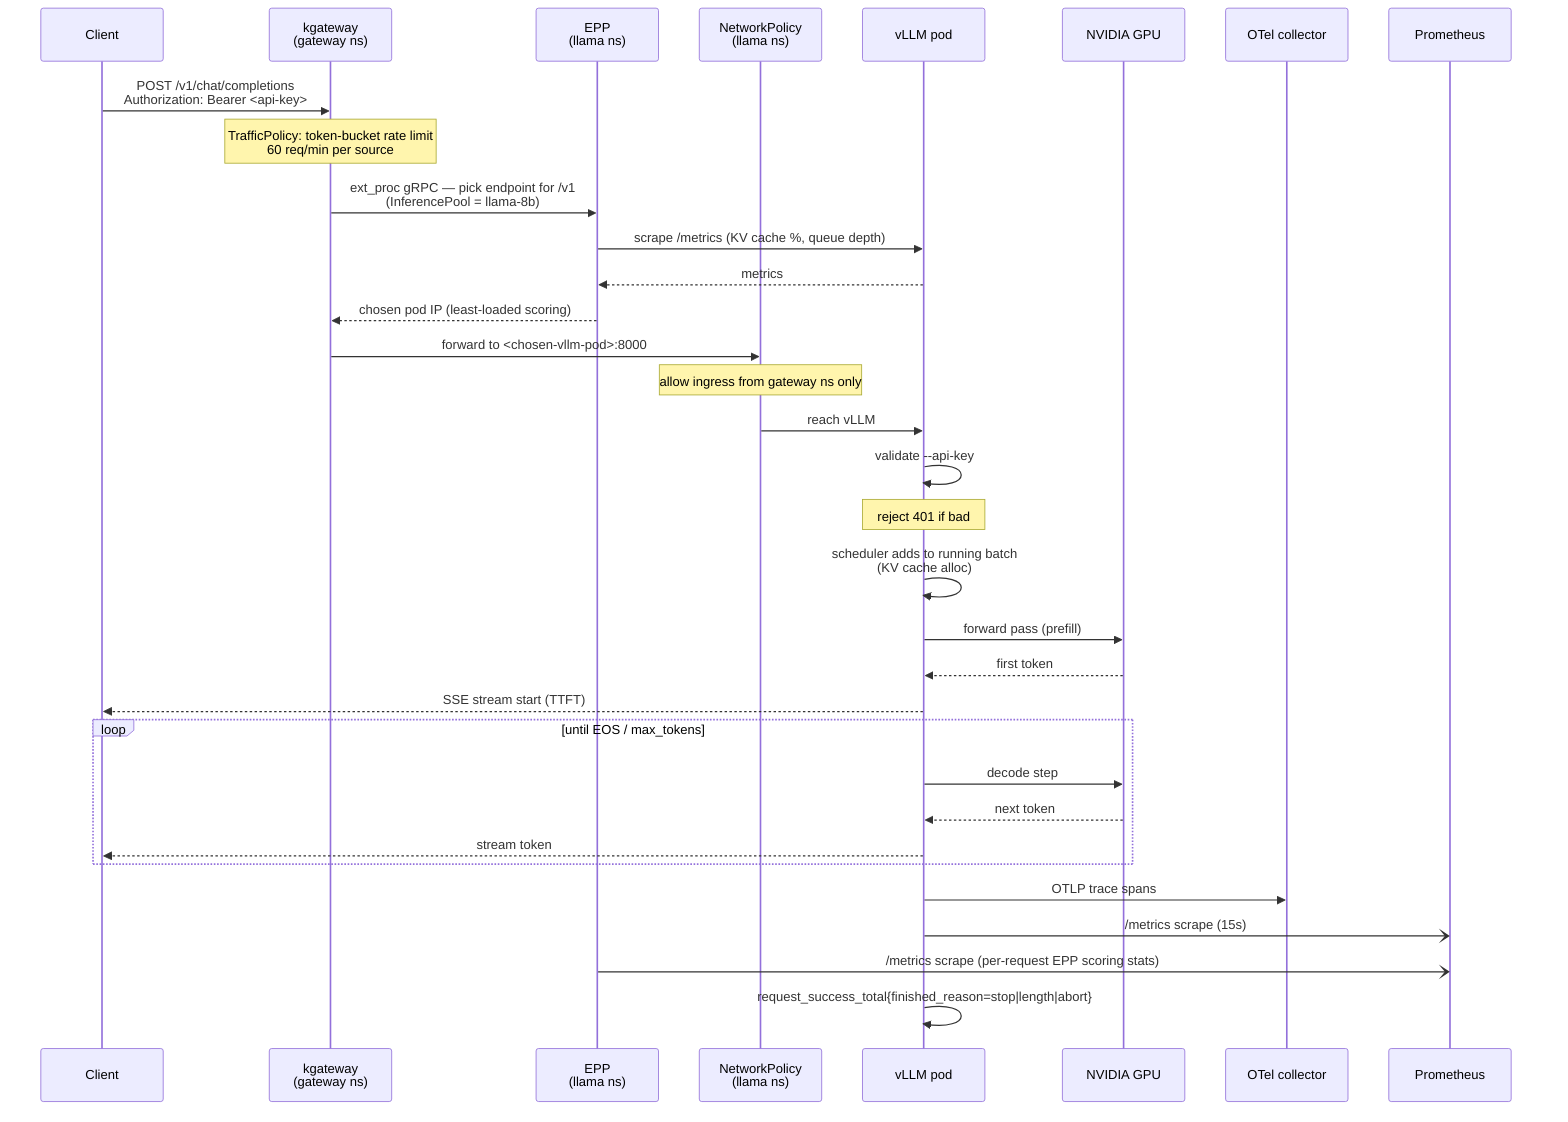
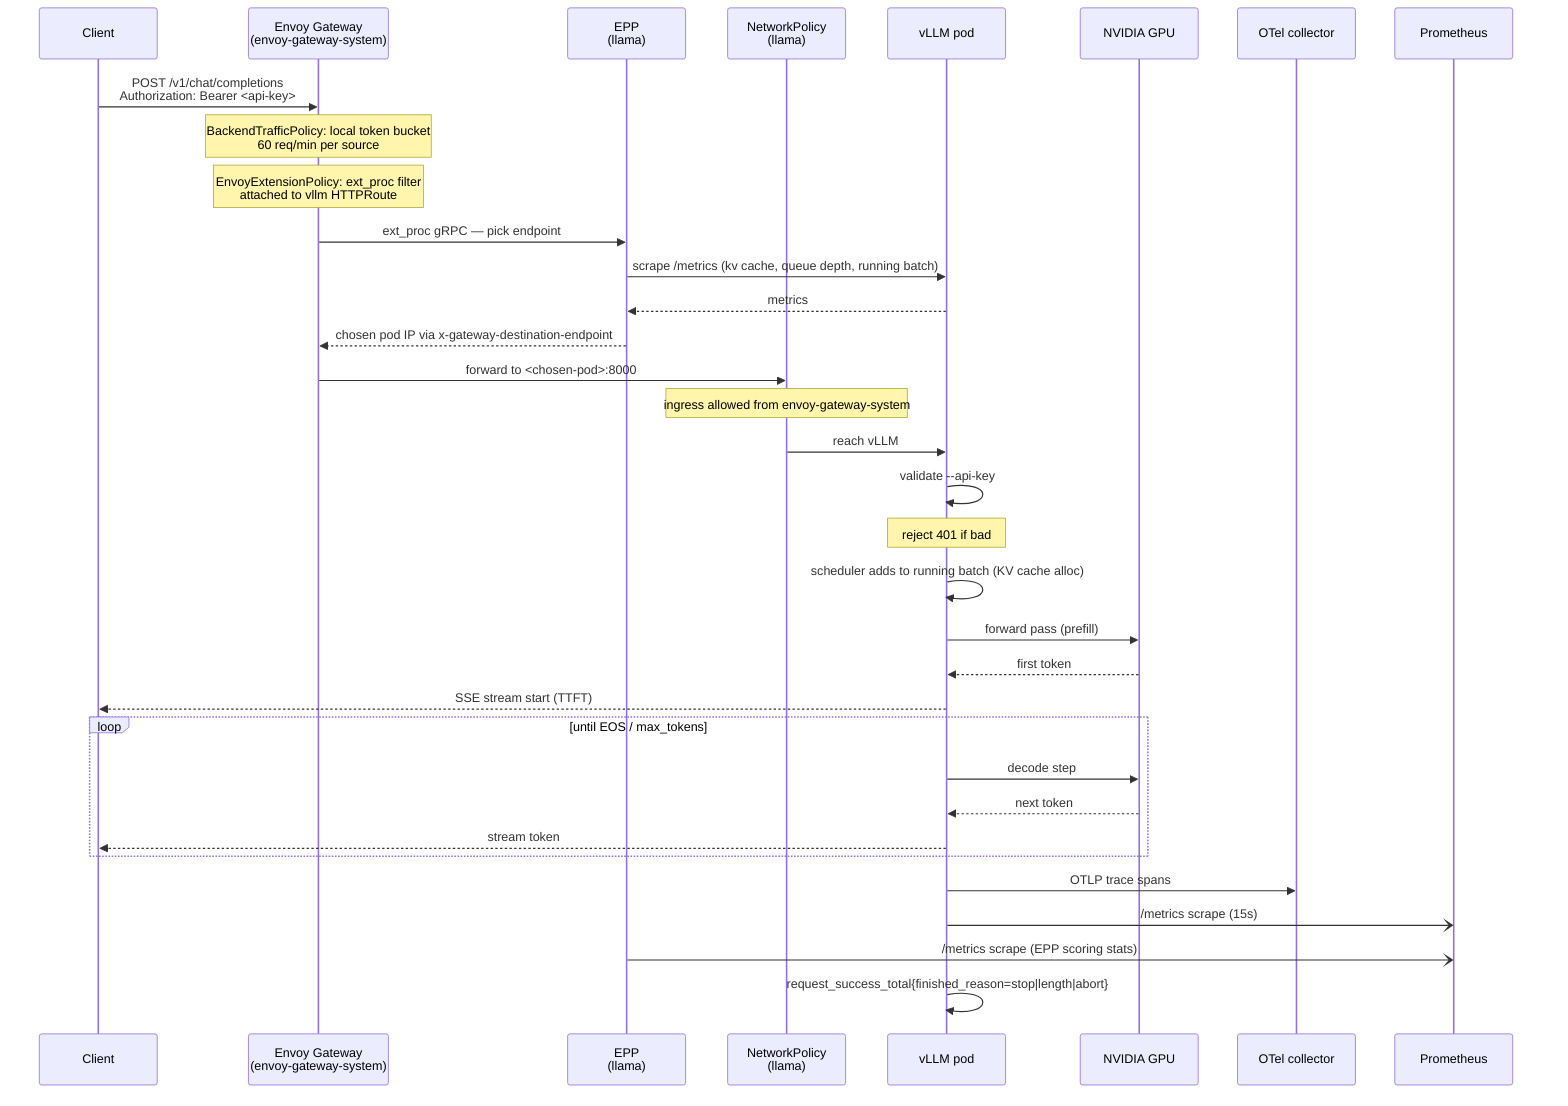
sequenceDiagram
  participant C as Client
-   participant G as kgateway<br/>(gateway ns)
-   participant E as EPP<br/>(llama ns)
-   participant NP as NetworkPolicy<br/>(llama ns)
+   participant G as Envoy Gateway<br/>(envoy-gateway-system)
+   participant E as EPP<br/>(llama)
+   participant NP as NetworkPolicy<br/>(llama)
  participant V as vLLM pod
  participant GPU as NVIDIA GPU
  participant OT as OTel collector
  participant P as Prometheus

  C->>G: POST /v1/chat/completions<br/>Authorization: Bearer <api-key>
-   Note over G: TrafficPolicy: token-bucket rate limit<br/>60 req/min per source
-   G->>E: ext_proc gRPC — pick endpoint for /v1<br/>(InferencePool = llama-8b)
-   E->>V: scrape /metrics (KV cache %, queue depth)
+   Note over G: BackendTrafficPolicy: local token bucket<br/>60 req/min per source
+   Note over G: EnvoyExtensionPolicy: ext_proc filter<br/>attached to vllm HTTPRoute
+   G->>E: ext_proc gRPC — pick endpoint
+   E->>V: scrape /metrics (kv cache, queue depth, running batch)
  V-->>E: metrics
-   E-->>G: chosen pod IP (least-loaded scoring)
-   G->>NP: forward to <chosen-vllm-pod>:8000
-   Note over NP: allow ingress from gateway ns only
+   E-->>G: chosen pod IP via x-gateway-destination-endpoint
+   G->>NP: forward to <chosen-pod>:8000
+   Note over NP: ingress allowed from envoy-gateway-system
  NP->>V: reach vLLM
  V->>V: validate --api-key
  Note over V: reject 401 if bad
-   V->>V: scheduler adds to running batch<br/>(KV cache alloc)
+   V->>V: scheduler adds to running batch (KV cache alloc)
  V->>GPU: forward pass (prefill)
  GPU-->>V: first token
  V-->>C: SSE stream start (TTFT)
  loop until EOS / max_tokens
    V->>GPU: decode step
    GPU-->>V: next token
    V-->>C: stream token
  end
  V->>OT: OTLP trace spans
  V-)P: /metrics scrape (15s)
-   E-)P: /metrics scrape (per-request EPP scoring stats)
+   E-)P: /metrics scrape (EPP scoring stats)
  V->>V: request_success_total{finished_reason=stop|length|abort}
